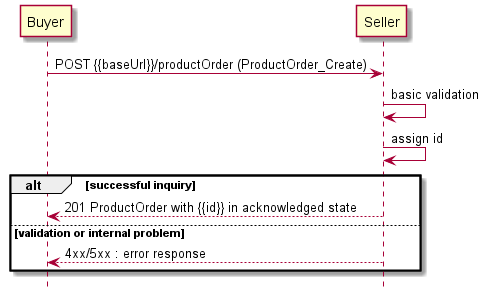
This is documentation/productApi/order/media/useCase1.png from MEF-GIT/MEF-LSO-Sonata-SDK, a PlantUML export, as it was before one commit. Source of this version:
```plantuml
@startuml

hide footbox

participant Buyer
participant Seller

Buyer -> Seller : POST {{baseUrl}}/productOrder (ProductOrder_Create)

Seller -> Seller : basic validation
Seller -> Seller : assign id
alt successful inquiry
    Buyer <-- Seller : 201 ProductOrder with {{id}} in acknowledged state
else validation or internal problem
    Buyer <-- Seller: 4xx/5xx : error response
end
@enduml
```
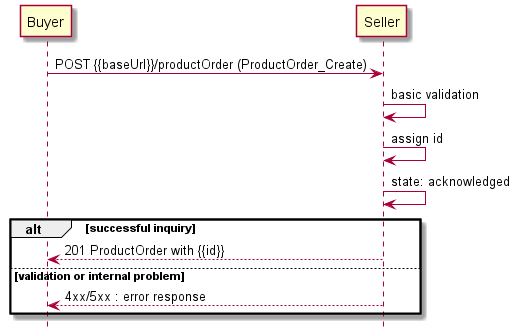
The same file after the commit.

Diff of the diagram source:
```diff
@@ -9,8 +9,9 @@
 
 Seller -> Seller : basic validation
 Seller -> Seller : assign id
+Seller -> Seller : state: acknowledged
 alt successful inquiry
-    Buyer <-- Seller : 201 ProductOrder with {{id}} in acknowledged state
+    Buyer <-- Seller : 201 ProductOrder with {{id}}
 else validation or internal problem
     Buyer <-- Seller: 4xx/5xx : error response
 end
```
